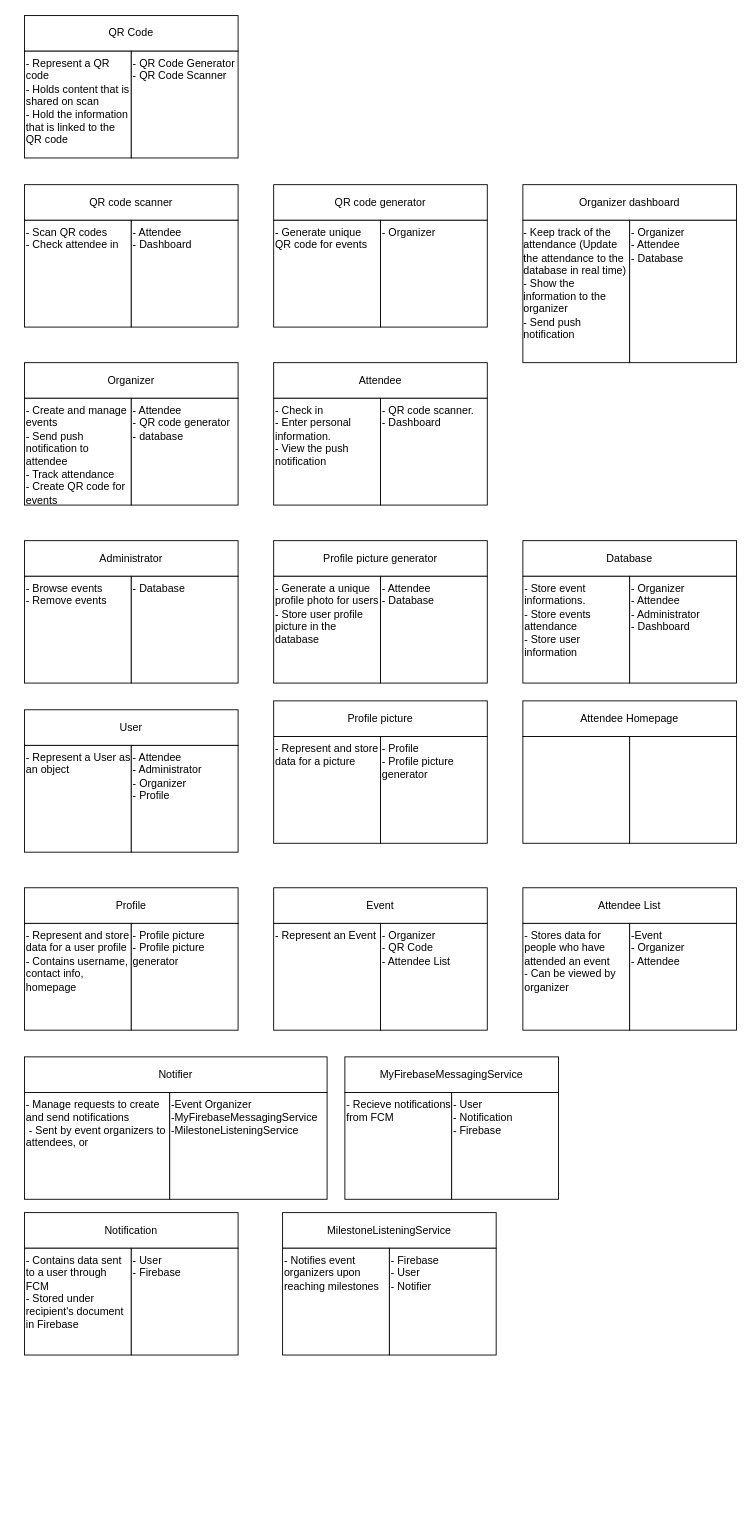
This is CRC.drawio from CMPUT301W24T20/Lins-Second-Strongest-Students, a draw.io file, before an edit. Source tidied: cells renumbered, new cells numbered last; positions are measured from the earlier drawing's top-left corner, leaving out a move shared by most shapes. Both pictures are drawn from the tidied source at 89%, with x=0, y=0 at pixel (24, 15).
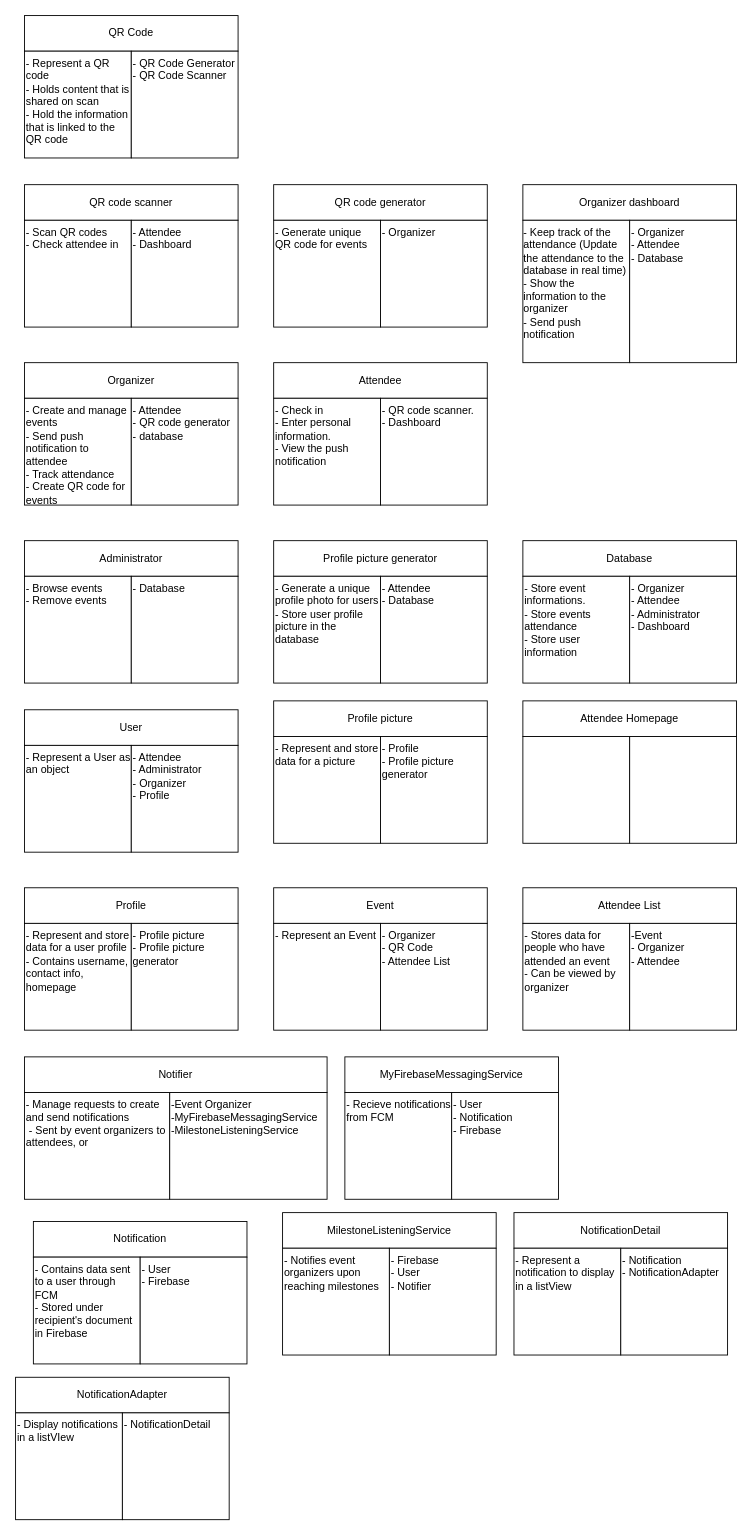
The same diagram, later.

What changed in the source:
```diff
@@
     <mxCell id="70" style="group;" parent="1" vertex="1">
-      <mxGeometry y="1345" width="240" height="160" as="geometry" />
+      <mxGeometry x="-10" y="1530" width="240" height="160" as="geometry" />
     </mxCell>
-    <mxCell id="71" value="Notification" style="rounded=0;whiteSpace=wrap;html=1;" parent="70" vertex="1">
+    <mxCell id="71" value="NotificationAdapter" style="rounded=0;whiteSpace=wrap;html=1;" parent="70" vertex="1">
       <mxGeometry width="240" height="40" as="geometry" />
     </mxCell>
-    <mxCell id="72" value="- Contains data sent to a user through FCM&lt;br&gt;- Stored under recipient's document in Firebase" style="rounded=0;whiteSpace=wrap;html=1;align=left;verticalAlign=top;" parent="70" vertex="1">
+    <mxCell id="72" value="- Display notifications in a listVIew" style="rounded=0;whiteSpace=wrap;html=1;align=left;verticalAlign=top;" parent="70" vertex="1">
       <mxGeometry y="40" width="120" height="120" as="geometry" />
     </mxCell>
-    <mxCell id="73" value="- User&lt;br&gt;- Firebase" style="rounded=0;whiteSpace=wrap;html=1;align=left;verticalAlign=top;" parent="70" vertex="1">
+    <mxCell id="73" value="- NotificationDetail&lt;div&gt;&lt;br&gt;&lt;/div&gt;" style="rounded=0;whiteSpace=wrap;html=1;align=left;verticalAlign=top;" parent="70" vertex="1">
       <mxGeometry x="120" y="40" width="120" height="120" as="geometry" />
     </mxCell>
@@
+    <mxCell id="78" style="group;" parent="1" vertex="1">
+      <mxGeometry x="550" y="1345" width="240" height="160" as="geometry" />
+    </mxCell>
+    <mxCell id="79" value="NotificationDetail" style="rounded=0;whiteSpace=wrap;html=1;" parent="78" vertex="1">
+      <mxGeometry width="240" height="40" as="geometry" />
+    </mxCell>
+    <mxCell id="80" value="- Represent a notification to display in a listView" style="rounded=0;whiteSpace=wrap;html=1;align=left;verticalAlign=top;" parent="78" vertex="1">
+      <mxGeometry y="40" width="120" height="120" as="geometry" />
+    </mxCell>
+    <mxCell id="81" value="- Notification&lt;div&gt;- NotificationAdapter&lt;/div&gt;" style="rounded=0;whiteSpace=wrap;html=1;align=left;verticalAlign=top;" parent="78" vertex="1">
+      <mxGeometry x="120" y="40" width="120" height="120" as="geometry" />
+    </mxCell>
+    <mxCell id="82" style="group;" parent="1" vertex="1">
+      <mxGeometry x="10" y="1355" width="240" height="160" as="geometry" />
+    </mxCell>
+    <mxCell id="83" value="Notification" style="rounded=0;whiteSpace=wrap;html=1;" parent="82" vertex="1">
+      <mxGeometry width="240" height="40" as="geometry" />
+    </mxCell>
+    <mxCell id="84" value="- Contains data sent to a user through FCM&lt;br&gt;- Stored under recipient's document in Firebase" style="rounded=0;whiteSpace=wrap;html=1;align=left;verticalAlign=top;" parent="82" vertex="1">
+      <mxGeometry y="40" width="120" height="120" as="geometry" />
+    </mxCell>
+    <mxCell id="85" value="- User&lt;br&gt;- Firebase" style="rounded=0;whiteSpace=wrap;html=1;align=left;verticalAlign=top;" parent="82" vertex="1">
+      <mxGeometry x="120" y="40" width="120" height="120" as="geometry" />
+    </mxCell>
```
